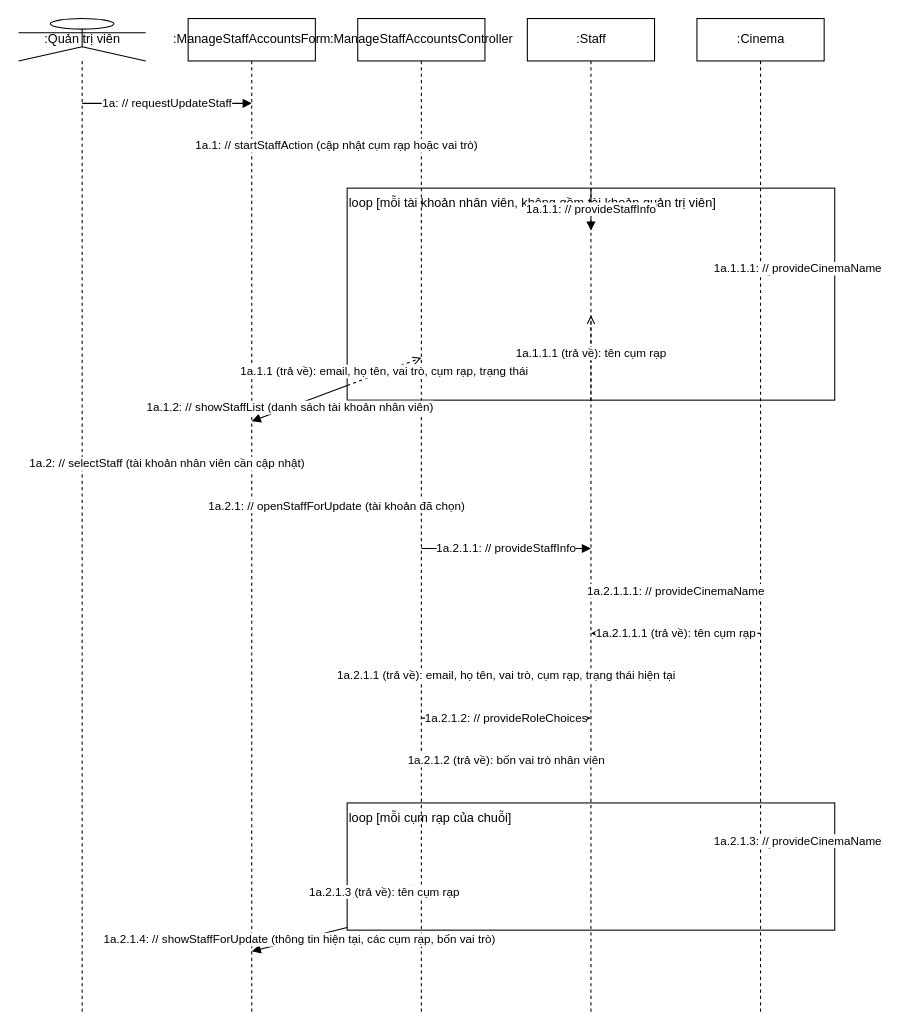
Above: page "SD2a - Luồng 1a bước 1a1 đến 1a3" (3 of 9) of design/diagrams/P07-sequence-UC-017.drawio in luytbq/app-dat-ve-xem-phim (draw.io), before the change. Source tidied: cells renumbered, new cells numbered last; positions are measured from the earlier drawing's top-left corner, leaving out a move shared by most shapes. Both pictures are drawn from the tidied source at 106%, with x=0, y=0 at pixel (18, 18).
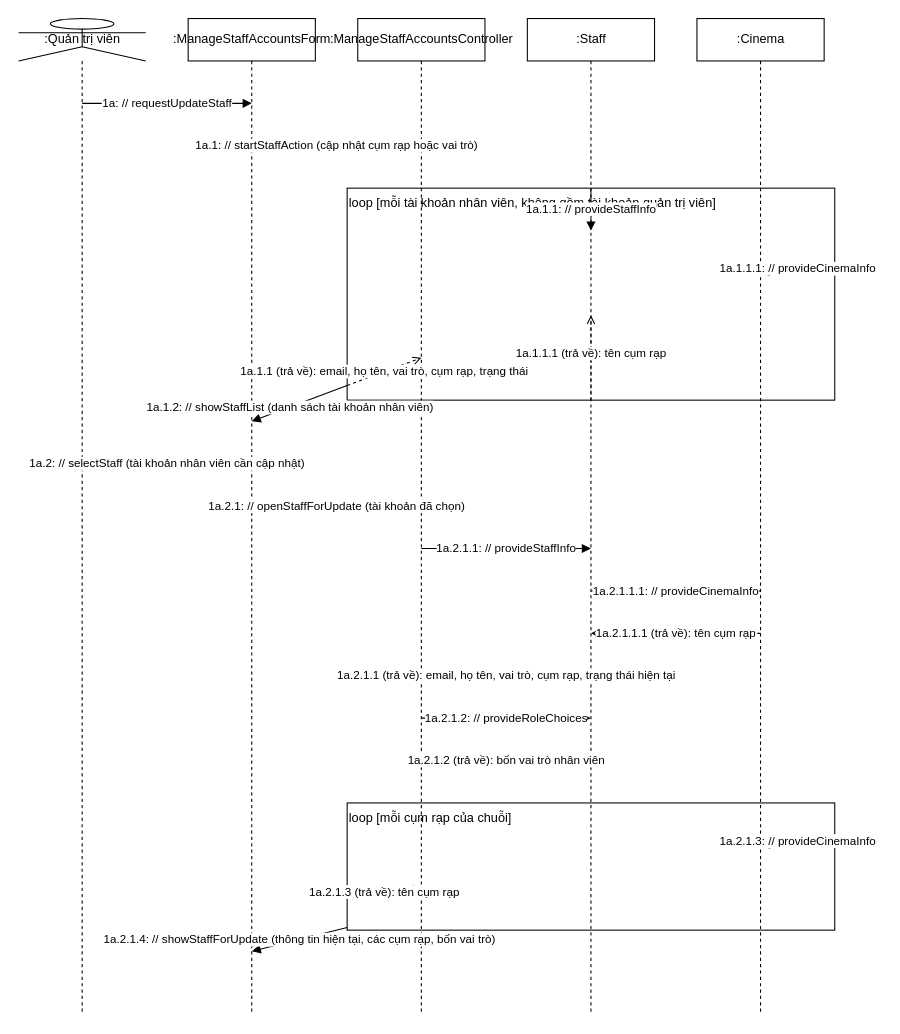
Above is the later version.

Unchanged cells that the change refers to:
```xml
<mxCell id="7" value="loop [mỗi tài khoản nhân viên, không gồm tài khoản quản trị viên]" style="rounded=0;whiteSpace=wrap;html=1;fillColor=none;align=left;verticalAlign=top;" parent="1" vertex="1">
  <mxGeometry x="310" y="160" width="460" height="200" as="geometry" />
</mxCell>
<mxCell id="8" value="loop [mỗi cụm rạp của chuỗi]" style="rounded=0;whiteSpace=wrap;html=1;fillColor=none;align=left;verticalAlign=top;" parent="1" vertex="1">
  <mxGeometry x="310" y="740" width="460" height="120" as="geometry" />
</mxCell>
```

Change to the diagram source:
```diff
@@
-    <mxCell id="12" value="1a.1.1.1: // provideCinemaName" style="endArrow=block;endFill=1;html=1;" parent="1" edge="1" source="7">
+    <mxCell id="12" value="1a.1.1.1: // provideCinemaInfo" style="endArrow=block;endFill=1;html=1;" parent="1" edge="1" source="7">
       <mxGeometry relative="1" as="geometry">
         <mxPoint x="700" y="240" as="targetPoint" />
       </mxGeometry>
     </mxCell>
@@
-    <mxCell id="19" value="1a.2.1.1.1: // provideCinemaName" style="endArrow=block;endFill=1;html=1;" parent="1" edge="1">
+    <mxCell id="19" value="1a.2.1.1.1: // provideCinemaInfo" style="endArrow=block;endFill=1;html=1;" parent="1" edge="1">
       <mxGeometry relative="1" as="geometry">
         <mxPoint x="540" y="540" as="sourcePoint" />
         <mxPoint x="700" y="540" as="targetPoint" />
       </mxGeometry>
     </mxCell>
@@
-    <mxCell id="24" value="1a.2.1.3: // provideCinemaName" style="endArrow=block;endFill=1;html=1;" parent="1" edge="1" source="8">
+    <mxCell id="24" value="1a.2.1.3: // provideCinemaInfo" style="endArrow=block;endFill=1;html=1;" parent="1" edge="1" source="8">
       <mxGeometry relative="1" as="geometry">
         <mxPoint x="700" y="780" as="targetPoint" />
       </mxGeometry>
     </mxCell>
```
